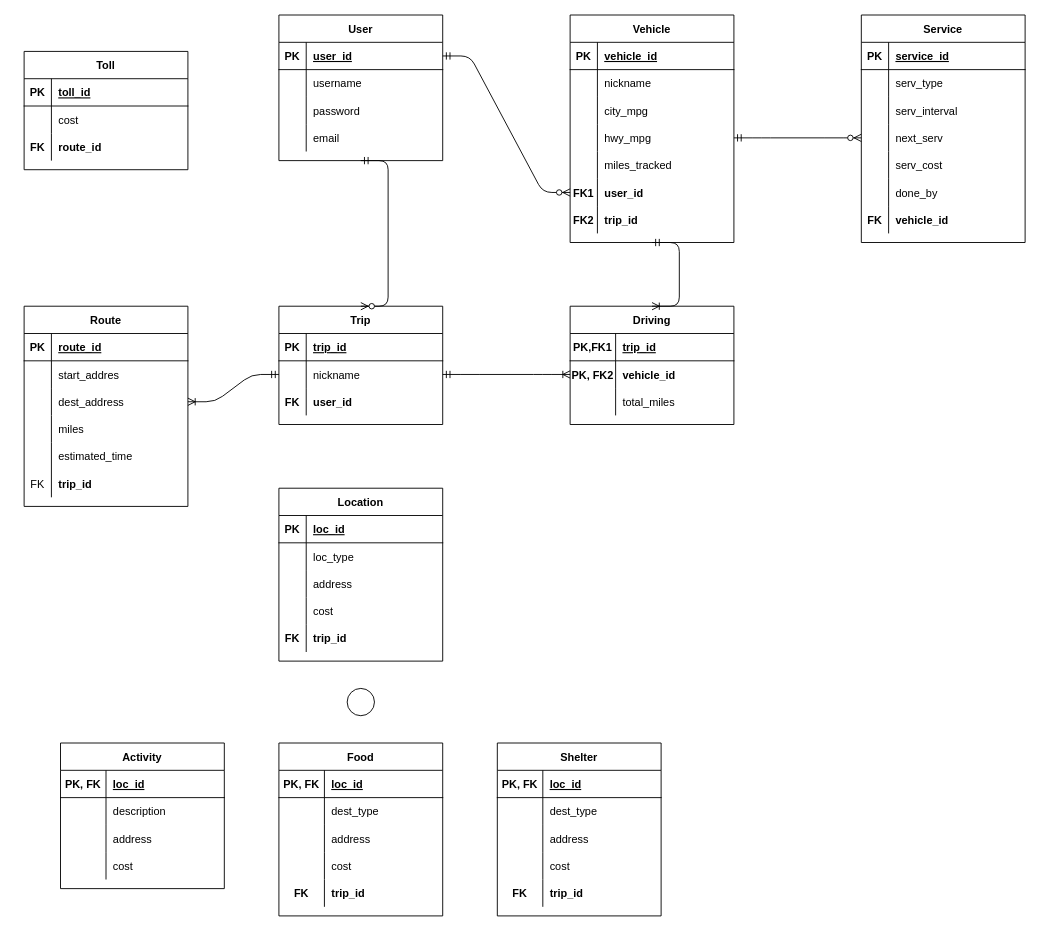
Kebinsan/MainProject keeps this draw.io diagram as ERD.drawio. Above is the earlier version. Source tidied: cells renumbered, new cells numbered last; positions are measured from the earlier drawing's top-left corner, leaving out a move shared by most shapes. Both pictures are drawn from the tidied source at 91%, with x=0, y=0 at pixel (24, 15).
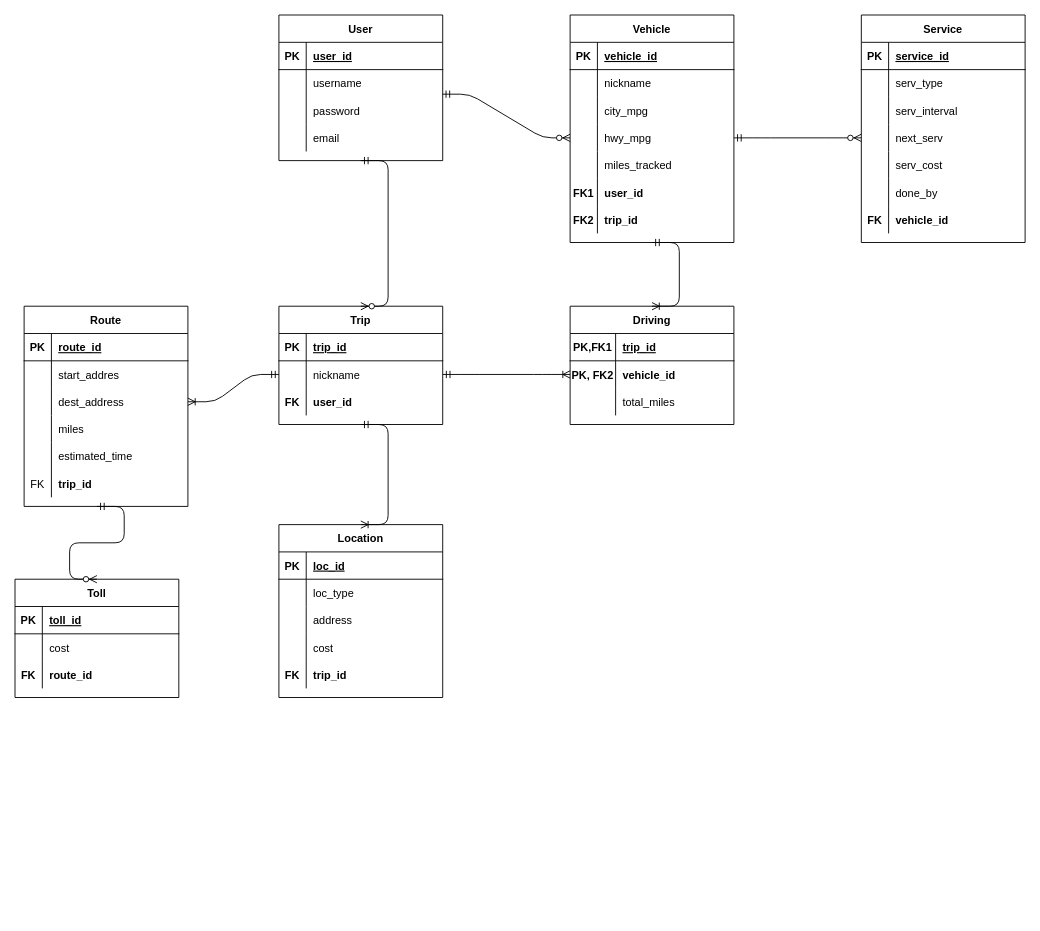
The same page after the edit.

Unchanged cells that the change refers to:
```xml
<mxCell id="12" style="shape=partialRectangle;fillColor=none;top=0;left=0;bottom=0;right=0;points=[[0,0.5],[1,0.5]];portConstraint=eastwest;" parent="2" vertex="1">
  <mxGeometry y="120" width="180" height="30" as="geometry" />
</mxCell>
<mxCell id="18" style="shape=partialRectangle;fillColor=none;top=0;left=0;bottom=0;right=0;points=[[0,0.5],[1,0.5]];portConstraint=eastwest;" parent="2" vertex="1">
  <mxGeometry y="180" width="180" height="30" as="geometry" />
</mxCell>
<mxCell id="25" style="shape=partialRectangle;fillColor=none;top=0;left=0;bottom=1;right=0;points=[[0,0.5],[1,0.5]];portConstraint=eastwest;" parent="24" vertex="1">
  <mxGeometry y="30" width="180" height="30" as="geometry" />
</mxCell>
<mxCell id="28" style="shape=partialRectangle;fillColor=none;top=0;left=0;bottom=0;right=0;points=[[0,0.5],[1,0.5]];portConstraint=eastwest;" parent="24" vertex="1">
  <mxGeometry y="60" width="180" height="30" as="geometry" />
</mxCell>
<mxCell id="61" value="Trip" style="shape=table;startSize=30;childLayout=tableLayout;rowLines=0;fontStyle=1;align=center;" parent="1" vertex="1">
  <mxGeometry x="280" y="320" width="180" height="130" as="geometry" />
</mxCell>
```

What changed in the source:
```diff
@@
-    <mxCell id="37" style="edgeStyle=entityRelationEdgeStyle;fontSize=12;html=1;endArrow=ERzeroToMany;startArrow=ERmandOne;entryX=0;entryY=0.5;entryDx=0;entryDy=0;exitX=1;exitY=0.5;exitDx=0;exitDy=0;" parent="1" edge="1" source="25" target="18">
+    <mxCell id="37" style="edgeStyle=entityRelationEdgeStyle;fontSize=12;html=1;endArrow=ERzeroToMany;startArrow=ERmandOne;entryX=0;entryY=0.5;entryDx=0;entryDy=0;exitX=0.998;exitY=0.9;exitDx=0;exitDy=0;exitPerimeter=0;" parent="1" edge="1" source="28" target="12">
       <mxGeometry relative="1" as="geometry" />
     </mxCell>
@@
     <mxCell id="84" value="Location" style="shape=table;startSize=30;childLayout=tableLayout;rowLines=0;fontStyle=1;align=center;" parent="1" vertex="1">
-      <mxGeometry x="280" y="520" width="180" height="190" as="geometry" />
+      <mxGeometry x="280" y="560" width="180" height="190" as="geometry" />
     </mxCell>
@@
-    <mxCell id="100" value="Food" style="shape=table;startSize=30;childLayout=tableLayout;rowLines=0;fontStyle=1;align=center;" parent="1" vertex="1">
-      <mxGeometry x="280" y="800" width="180" height="190" as="geometry" />
-    </mxCell>
-    <mxCell id="101" style="shape=partialRectangle;fillColor=none;top=0;left=0;bottom=1;right=0;" parent="100" vertex="1">
-      <mxGeometry y="30" width="180" height="30" as="geometry" />
-    </mxCell>
-    <mxCell id="102" value="PK, FK" style="shape=partialRectangle;fillColor=none;top=0;left=0;bottom=0;right=0;fontStyle=1;overflow=hidden;" parent="101" vertex="1">
-      <mxGeometry width="50" height="30" as="geometry" />
-    </mxCell>
-    <mxCell id="103" value="loc_id" style="shape=partialRectangle;fillColor=none;top=0;left=0;bottom=0;right=0;align=left;spacingLeft=6;fontStyle=5;overflow=hidden;" parent="101" vertex="1">
-      <mxGeometry x="50" width="130" height="30" as="geometry" />
-    </mxCell>
-    <mxCell id="104" style="shape=partialRectangle;fillColor=none;top=0;left=0;bottom=0;right=0;" parent="100" vertex="1">
-      <mxGeometry y="60" width="180" height="30" as="geometry" />
-    </mxCell>
-    <mxCell id="105" style="shape=partialRectangle;fillColor=none;top=0;left=0;bottom=0;right=0;overflow=hidden;" parent="104" vertex="1">
-      <mxGeometry width="50" height="30" as="geometry" />
-    </mxCell>
-    <mxCell id="106" value="dest_type" style="shape=partialRectangle;fillColor=none;top=0;left=0;bottom=0;right=0;align=left;spacingLeft=6;overflow=hidden;" parent="104" vertex="1">
-      <mxGeometry x="50" width="130" height="30" as="geometry" />
-    </mxCell>
-    <mxCell id="107" style="shape=partialRectangle;fillColor=none;top=0;left=0;bottom=0;right=0;" parent="100" vertex="1">
-      <mxGeometry y="90" width="180" height="30" as="geometry" />
-    </mxCell>
-    <mxCell id="108" style="shape=partialRectangle;fillColor=none;top=0;left=0;bottom=0;right=0;overflow=hidden;" parent="107" vertex="1">
-      <mxGeometry width="50" height="30" as="geometry" />
-    </mxCell>
-    <mxCell id="109" value="address" style="shape=partialRectangle;fillColor=none;top=0;left=0;bottom=0;right=0;align=left;spacingLeft=6;overflow=hidden;" parent="107" vertex="1">
-      <mxGeometry x="50" width="130" height="30" as="geometry" />
-    </mxCell>
-    <mxCell id="110" style="shape=partialRectangle;fillColor=none;top=0;left=0;bottom=0;right=0;" parent="100" vertex="1">
-      <mxGeometry y="120" width="180" height="30" as="geometry" />
-    </mxCell>
-    <mxCell id="111" style="shape=partialRectangle;fillColor=none;top=0;left=0;bottom=0;right=0;overflow=hidden;" parent="110" vertex="1">
-      <mxGeometry width="50" height="30" as="geometry" />
-    </mxCell>
-    <mxCell id="112" value="cost" style="shape=partialRectangle;fillColor=none;top=0;left=0;bottom=0;right=0;align=left;spacingLeft=6;overflow=hidden;" parent="110" vertex="1">
-      <mxGeometry x="50" width="130" height="30" as="geometry" />
-    </mxCell>
-    <mxCell id="113" style="shape=partialRectangle;fillColor=none;top=0;left=0;bottom=0;right=0;" parent="100" vertex="1">
-      <mxGeometry y="150" width="180" height="30" as="geometry" />
-    </mxCell>
-    <mxCell id="114" value="FK" style="shape=partialRectangle;fillColor=none;top=0;left=0;bottom=0;right=0;overflow=hidden;fontStyle=1;" parent="113" vertex="1">
-      <mxGeometry width="50" height="30" as="geometry" />
-    </mxCell>
-    <mxCell id="115" value="trip_id" style="shape=partialRectangle;fillColor=none;top=0;left=0;bottom=0;right=0;align=left;spacingLeft=6;overflow=hidden;fontStyle=1;" parent="113" vertex="1">
-      <mxGeometry x="50" width="130" height="30" as="geometry" />
-    </mxCell>
-    <mxCell id="116" value="Shelter" style="shape=table;startSize=30;childLayout=tableLayout;rowLines=0;fontStyle=1;align=center;" parent="1" vertex="1">
-      <mxGeometry x="520" y="800" width="180" height="190" as="geometry" />
-    </mxCell>
-    <mxCell id="117" style="shape=partialRectangle;fillColor=none;top=0;left=0;bottom=1;right=0;" parent="116" vertex="1">
-      <mxGeometry y="30" width="180" height="30" as="geometry" />
-    </mxCell>
-    <mxCell id="118" value="PK, FK" style="shape=partialRectangle;fillColor=none;top=0;left=0;bottom=0;right=0;fontStyle=1;overflow=hidden;" parent="117" vertex="1">
-      <mxGeometry width="50" height="30" as="geometry" />
-    </mxCell>
-    <mxCell id="119" value="loc_id" style="shape=partialRectangle;fillColor=none;top=0;left=0;bottom=0;right=0;align=left;spacingLeft=6;fontStyle=5;overflow=hidden;" parent="117" vertex="1">
-      <mxGeometry x="50" width="130" height="30" as="geometry" />
-    </mxCell>
-    <mxCell id="120" style="shape=partialRectangle;fillColor=none;top=0;left=0;bottom=0;right=0;" parent="116" vertex="1">
-      <mxGeometry y="60" width="180" height="30" as="geometry" />
-    </mxCell>
-    <mxCell id="121" style="shape=partialRectangle;fillColor=none;top=0;left=0;bottom=0;right=0;overflow=hidden;" parent="120" vertex="1">
-      <mxGeometry width="50" height="30" as="geometry" />
-    </mxCell>
-    <mxCell id="122" value="dest_type" style="shape=partialRectangle;fillColor=none;top=0;left=0;bottom=0;right=0;align=left;spacingLeft=6;overflow=hidden;" parent="120" vertex="1">
-      <mxGeometry x="50" width="130" height="30" as="geometry" />
-    </mxCell>
-    <mxCell id="123" style="shape=partialRectangle;fillColor=none;top=0;left=0;bottom=0;right=0;" parent="116" vertex="1">
-      <mxGeometry y="90" width="180" height="30" as="geometry" />
-    </mxCell>
-    <mxCell id="124" style="shape=partialRectangle;fillColor=none;top=0;left=0;bottom=0;right=0;overflow=hidden;" parent="123" vertex="1">
-      <mxGeometry width="50" height="30" as="geometry" />
-    </mxCell>
-    <mxCell id="125" value="address" style="shape=partialRectangle;fillColor=none;top=0;left=0;bottom=0;right=0;align=left;spacingLeft=6;overflow=hidden;" parent="123" vertex="1">
-      <mxGeometry x="50" width="130" height="30" as="geometry" />
-    </mxCell>
-    <mxCell id="126" style="shape=partialRectangle;fillColor=none;top=0;left=0;bottom=0;right=0;" parent="116" vertex="1">
-      <mxGeometry y="120" width="180" height="30" as="geometry" />
-    </mxCell>
-    <mxCell id="127" style="shape=partialRectangle;fillColor=none;top=0;left=0;bottom=0;right=0;overflow=hidden;" parent="126" vertex="1">
-      <mxGeometry width="50" height="30" as="geometry" />
-    </mxCell>
-    <mxCell id="128" value="cost" style="shape=partialRectangle;fillColor=none;top=0;left=0;bottom=0;right=0;align=left;spacingLeft=6;overflow=hidden;" parent="126" vertex="1">
-      <mxGeometry x="50" width="130" height="30" as="geometry" />
-    </mxCell>
-    <mxCell id="129" style="shape=partialRectangle;fillColor=none;top=0;left=0;bottom=0;right=0;" parent="116" vertex="1">
-      <mxGeometry y="150" width="180" height="30" as="geometry" />
-    </mxCell>
-    <mxCell id="130" value="FK" style="shape=partialRectangle;fillColor=none;top=0;left=0;bottom=0;right=0;overflow=hidden;fontStyle=1;" parent="129" vertex="1">
-      <mxGeometry width="50" height="30" as="geometry" />
-    </mxCell>
-    <mxCell id="131" value="trip_id" style="shape=partialRectangle;fillColor=none;top=0;left=0;bottom=0;right=0;align=left;spacingLeft=6;overflow=hidden;fontStyle=1;" parent="129" vertex="1">
-      <mxGeometry x="50" width="130" height="30" as="geometry" />
-    </mxCell>
-    <mxCell id="132" value="Activity" style="shape=table;startSize=30;childLayout=tableLayout;rowLines=0;fontStyle=1;align=center;" parent="1" vertex="1">
-      <mxGeometry x="40" y="800" width="180" height="160" as="geometry" />
-    </mxCell>
-    <mxCell id="133" style="shape=partialRectangle;fillColor=none;top=0;left=0;bottom=1;right=0;" parent="132" vertex="1">
-      <mxGeometry y="30" width="180" height="30" as="geometry" />
-    </mxCell>
-    <mxCell id="134" value="PK, FK" style="shape=partialRectangle;fillColor=none;top=0;left=0;bottom=0;right=0;fontStyle=1;overflow=hidden;" parent="133" vertex="1">
-      <mxGeometry width="50" height="30" as="geometry" />
-    </mxCell>
-    <mxCell id="135" value="loc_id" style="shape=partialRectangle;fillColor=none;top=0;left=0;bottom=0;right=0;align=left;spacingLeft=6;fontStyle=5;overflow=hidden;" parent="133" vertex="1">
-      <mxGeometry x="50" width="130" height="30" as="geometry" />
-    </mxCell>
-    <mxCell id="136" style="shape=partialRectangle;fillColor=none;top=0;left=0;bottom=0;right=0;" parent="132" vertex="1">
-      <mxGeometry y="60" width="180" height="30" as="geometry" />
-    </mxCell>
-    <mxCell id="137" style="shape=partialRectangle;fillColor=none;top=0;left=0;bottom=0;right=0;overflow=hidden;" parent="136" vertex="1">
-      <mxGeometry width="50" height="30" as="geometry" />
-    </mxCell>
-    <mxCell id="138" value="description" style="shape=partialRectangle;fillColor=none;top=0;left=0;bottom=0;right=0;align=left;spacingLeft=6;overflow=hidden;" parent="136" vertex="1">
-      <mxGeometry x="50" width="130" height="30" as="geometry" />
-    </mxCell>
-    <mxCell id="139" style="shape=partialRectangle;fillColor=none;top=0;left=0;bottom=0;right=0;" parent="132" vertex="1">
-      <mxGeometry y="90" width="180" height="30" as="geometry" />
-    </mxCell>
-    <mxCell id="140" style="shape=partialRectangle;fillColor=none;top=0;left=0;bottom=0;right=0;overflow=hidden;" parent="139" vertex="1">
-      <mxGeometry width="50" height="30" as="geometry" />
-    </mxCell>
-    <mxCell id="141" value="address" style="shape=partialRectangle;fillColor=none;top=0;left=0;bottom=0;right=0;align=left;spacingLeft=6;overflow=hidden;" parent="139" vertex="1">
-      <mxGeometry x="50" width="130" height="30" as="geometry" />
-    </mxCell>
-    <mxCell id="142" style="shape=partialRectangle;fillColor=none;top=0;left=0;bottom=0;right=0;" parent="132" vertex="1">
-      <mxGeometry y="120" width="180" height="30" as="geometry" />
-    </mxCell>
-    <mxCell id="143" style="shape=partialRectangle;fillColor=none;top=0;left=0;bottom=0;right=0;overflow=hidden;" parent="142" vertex="1">
-      <mxGeometry width="50" height="30" as="geometry" />
-    </mxCell>
-    <mxCell id="144" value="cost" style="shape=partialRectangle;fillColor=none;top=0;left=0;bottom=0;right=0;align=left;spacingLeft=6;overflow=hidden;" parent="142" vertex="1">
-      <mxGeometry x="50" width="130" height="30" as="geometry" />
-    </mxCell>
-    <mxCell id="145" style="ellipse;whiteSpace=wrap;html=1;" parent="1" vertex="1">
-      <mxGeometry x="355" y="740" width="30" height="30" as="geometry" />
-    </mxCell>
@@
     <mxCell id="166" value="Toll" style="shape=table;startSize=30;childLayout=tableLayout;rowLines=0;fontStyle=1;align=center;" parent="1" vertex="1">
-      <mxGeometry y="40" width="180" height="130" as="geometry" />
+      <mxGeometry x="-10" y="620" width="180" height="130" as="geometry" />
     </mxCell>
@@
+    <mxCell id="176" style="edgeStyle=entityRelationEdgeStyle;fontSize=12;html=1;endArrow=ERoneToMany;startArrow=ERmandOne;exitX=0.5;exitY=1;exitDx=0;exitDy=0;entryX=0.5;entryY=0;entryDx=0;entryDy=0;" parent="1" edge="1" source="61" target="84">
+      <mxGeometry relative="1" as="geometry" />
+    </mxCell>
+    <mxCell id="177" style="edgeStyle=entityRelationEdgeStyle;fontSize=12;html=1;endArrow=ERzeroToMany;startArrow=ERmandOne;entryX=0.5;entryY=0;entryDx=0;entryDy=0;" parent="1" edge="1" target="166">
+      <mxGeometry relative="1" as="geometry">
+        <mxPoint x="80" y="540" as="sourcePoint" />
+      </mxGeometry>
+    </mxCell>
```
